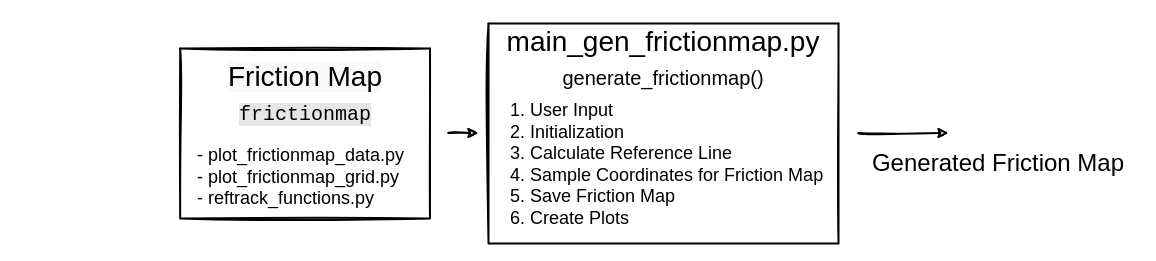
This is ressources/figures/Algorithm_Optimization_Module_FrictionMap.drawio from Beomar97/path-planning-docs, a draw.io file, before an edit. Source tidied: cells renumbered, new cells numbered last; positions are measured from the earlier drawing's top-left corner, leaving out a move shared by most shapes. Both pictures are drawn from the tidied source at 100%, with x=0, y=0 at pixel (180, 23).
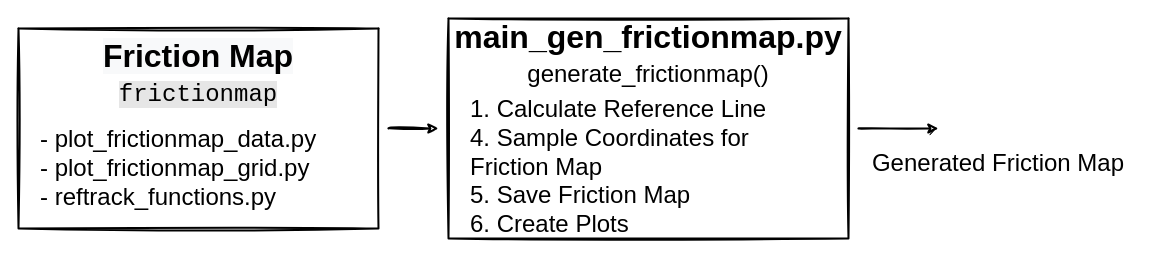
The same page after the edit.

The edit, as a diff of the source:
```diff
@@
 <mxGraphModel>
   <root>
     <mxCell id="0" />
     <mxCell id="1" parent="0" />
-    <mxCell id="2" style="swimlane;startSize=0;sketch=1;fontSize=16;strokeWidth=2;" parent="1" vertex="1">
-      <mxGeometry x="-0.3" y="25" width="249.8" height="170" as="geometry" />
-    </mxCell>
+    <mxCell id="10" value="Generated Friction Map" style="text;html=1;strokeColor=none;fillColor=none;align=center;verticalAlign=middle;whiteSpace=wrap;rounded=0;sketch=1;fontSize=24;" parent="1" vertex="1">
+      <mxGeometry x="678" y="125" width="280" height="30" as="geometry" />
+    </mxCell>
+    <mxCell id="11" style="swimlane;startSize=0;sketch=1;fontSize=16;strokeWidth=2;" parent="1" vertex="1">
+      <mxGeometry x="268" y="-5" width="400" height="220" as="geometry" />
+    </mxCell>
+    <mxCell id="12" value="1. Calculate Reference Line&lt;br style=&quot;font-size: 24px;&quot;&gt;4. Sample Coordinates for Friction Map&lt;br style=&quot;font-size: 24px;&quot;&gt;5. Save Friction Map&lt;br style=&quot;font-size: 24px;&quot;&gt;6. Create Plots" style="text;html=1;strokeColor=none;fillColor=none;align=left;verticalAlign=top;whiteSpace=wrap;rounded=0;sketch=1;fontSize=24;" parent="11" vertex="1">
+      <mxGeometry x="20" y="70" width="360" height="150" as="geometry" />
+    </mxCell>
+    <mxCell id="13" style="endArrow=classic;html=1;fontSize=24;sketch=1;strokeWidth=2;curved=1;" parent="1" edge="1">
+      <mxGeometry relative="1" as="geometry">
+        <mxPoint x="208" y="105" as="sourcePoint" />
+        <mxPoint x="258" y="105" as="targetPoint" />
+      </mxGeometry>
+    </mxCell>
+    <mxCell id="14" style="endArrow=classic;html=1;fontSize=24;sketch=1;strokeWidth=2;curved=1;" parent="1" edge="1">
+      <mxGeometry relative="1" as="geometry">
+        <mxPoint x="678" y="105" as="sourcePoint" />
+        <mxPoint x="758" y="105" as="targetPoint" />
+      </mxGeometry>
+    </mxCell>
+    <mxCell id="15" style="swimlane;startSize=0;sketch=1;fontSize=16;strokeWidth=2;" parent="1" vertex="1">
+      <mxGeometry x="-162" y="5" width="360" height="200" as="geometry" />
+    </mxCell>
+    <mxCell id="4" value="&lt;font style=&quot;background-color: rgb(248, 249, 250); font-size: 32px;&quot;&gt;&lt;b&gt;Friction Map&lt;br&gt;&lt;/b&gt;&lt;/font&gt;&lt;font face=&quot;Courier New&quot; style=&quot;background-color: rgb(230, 230, 230); font-size: 24px;&quot;&gt;frictionmap&lt;/font&gt;" style="text;html=1;strokeColor=none;fillColor=none;align=center;verticalAlign=middle;whiteSpace=wrap;rounded=0;sketch=1;fontSize=28;" parent="15" vertex="1">
+      <mxGeometry x="9.8" y="30" width="340.2" height="30" as="geometry" />
+    </mxCell>
-    <mxCell id="3" value="- plot_frictionmap_data.py&lt;br&gt;- plot_frictionmap_grid.py&lt;br&gt;- reftrack_functions.py" style="text;html=1;strokeColor=none;fillColor=none;align=left;verticalAlign=top;whiteSpace=wrap;rounded=0;sketch=1;fontSize=18;" parent="2" vertex="1">
-      <mxGeometry x="14.8" y="90" width="220.2" height="80" as="geometry" />
+    <mxCell id="3" value="- plot_frictionmap_data.py&lt;br style=&quot;font-size: 24px;&quot;&gt;- plot_frictionmap_grid.py&lt;br style=&quot;font-size: 24px;&quot;&gt;- reftrack_functions.py" style="text;html=1;strokeColor=none;fillColor=none;align=left;verticalAlign=top;whiteSpace=wrap;rounded=0;sketch=1;fontSize=24;" parent="1" vertex="1">
+      <mxGeometry x="-142" y="95" width="320" height="80" as="geometry" />
     </mxCell>
-    <mxCell id="4" value="&lt;font style=&quot;background-color: rgb(248, 249, 250);&quot;&gt;Friction Map&lt;br&gt;&lt;/font&gt;&lt;font face=&quot;Courier New&quot; style=&quot;font-size: 20px; background-color: rgb(230, 230, 230);&quot;&gt;frictionmap&lt;/font&gt;" style="text;html=1;strokeColor=none;fillColor=none;align=center;verticalAlign=middle;whiteSpace=wrap;rounded=0;sketch=1;fontSize=28;" parent="2" vertex="1">
-      <mxGeometry x="9.8" y="30" width="230.2" height="30" as="geometry" />
-    </mxCell>
-    <mxCell id="5" style="swimlane;startSize=0;sketch=1;fontSize=16;strokeWidth=2;" parent="1" vertex="1">
-      <mxGeometry x="308" width="350" height="220" as="geometry" />
-    </mxCell>
-    <mxCell id="6" value="1. User Input&lt;br&gt;2. Initialization&lt;br&gt;3. Calculate Reference Line&lt;br&gt;4. Sample Coordinates for Friction Map&lt;br&gt;5. Save Friction Map&lt;br&gt;6. Create Plots" style="text;html=1;strokeColor=none;fillColor=none;align=left;verticalAlign=top;whiteSpace=wrap;rounded=0;sketch=1;fontSize=18;" parent="5" vertex="1">
-      <mxGeometry x="20" y="70" width="330" height="150" as="geometry" />
-    </mxCell>
-    <mxCell id="7" value="main_gen_frictionmap.py&lt;br&gt;&lt;font style=&quot;font-size: 20px;&quot;&gt;generate_frictionmap()&lt;/font&gt;" style="text;html=1;strokeColor=none;fillColor=none;align=center;verticalAlign=middle;whiteSpace=wrap;rounded=0;sketch=1;fontSize=28;" parent="5" vertex="1">
-      <mxGeometry x="80" y="20" width="190" height="30" as="geometry" />
+    <mxCell id="7" value="&lt;font style=&quot;font-size: 32px;&quot;&gt;&lt;b&gt;main_gen_frictionmap.py&lt;br&gt;&lt;/b&gt;&lt;/font&gt;&lt;font style=&quot;font-size: 24px;&quot;&gt;generate_frictionmap()&lt;/font&gt;" style="text;html=1;strokeColor=none;fillColor=none;align=center;verticalAlign=middle;whiteSpace=wrap;rounded=0;sketch=1;fontSize=28;" parent="1" vertex="1">
+      <mxGeometry x="373" y="15" width="190" height="30" as="geometry" />
     </mxCell>
-    <mxCell id="8" style="endArrow=classic;html=1;fontSize=24;sketch=1;strokeWidth=2;curved=1;" parent="1" edge="1">
-      <mxGeometry relative="1" as="geometry">
-        <mxPoint x="268" y="109.5" as="sourcePoint" />
-        <mxPoint x="298" y="109.5" as="targetPoint" />
-      </mxGeometry>
-    </mxCell>
-    <mxCell id="9" style="endArrow=classic;html=1;fontSize=24;sketch=1;strokeWidth=2;curved=1;" parent="1" edge="1">
-      <mxGeometry relative="1" as="geometry">
-        <mxPoint x="678" y="109.5" as="sourcePoint" />
-        <mxPoint x="768" y="109.5" as="targetPoint" />
-      </mxGeometry>
-    </mxCell>
-    <mxCell id="10" value="Generated Friction Map" style="text;html=1;strokeColor=none;fillColor=none;align=center;verticalAlign=middle;whiteSpace=wrap;rounded=0;sketch=1;fontSize=24;" parent="1" vertex="1">
-      <mxGeometry x="678" y="125" width="280" height="30" as="geometry" />
-    </mxCell>
   </root>
 </mxGraphModel>
```
